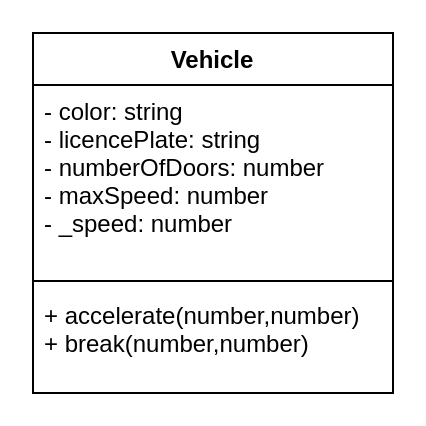
This is designs/Vehicle.drawio from Curtis-Edwards/ICS4U-Unit-2-05-Typescript, a draw.io file, before an edit. Source tidied: cells renumbered, new cells numbered last; positions are measured from the earlier drawing's top-left corner, leaving out a move shared by most shapes. Both pictures are drawn from the tidied source at 200%, with x=0, y=0 at pixel (32, 32).
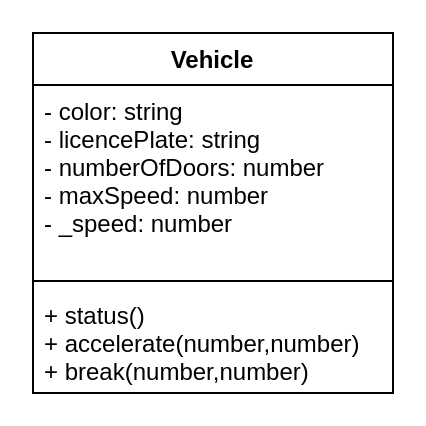
Above is the later version.

Change to the diagram source:
```diff
@@
 <mxGraphModel>
   <root>
     <mxCell id="0" />
     <mxCell id="1" parent="0" />
     <mxCell id="2" value="Vehicle" style="swimlane;fontStyle=1;align=center;verticalAlign=top;horizontal=1;startSize=26;" parent="1" vertex="1">
       <mxGeometry width="180" height="180" as="geometry" />
     </mxCell>
     <mxCell id="3" value="- color: string&#10;- licencePlate: string&#10;- numberOfDoors: number&#10;- maxSpeed: number&#10;- _speed: number" style="text;strokeColor=none;fillColor=none;align=left;verticalAlign=top;spacingLeft=4;spacingRight=4;overflow=hidden;" parent="2" vertex="1">
       <mxGeometry y="26" width="180" height="94" as="geometry" />
     </mxCell>
     <mxCell id="4" style="line;strokeWidth=1;fillColor=none;align=left;verticalAlign=middle;spacingTop=-1;spacingLeft=3;spacingRight=3;labelPosition=right;strokeColor=inherit;" parent="2" vertex="1">
       <mxGeometry y="120" width="180" height="8" as="geometry" />
     </mxCell>
-    <mxCell id="5" value="+ accelerate(number,number)&#10;+ break(number,number)" style="text;strokeColor=none;fillColor=none;align=left;verticalAlign=top;spacingLeft=4;spacingRight=4;overflow=hidden;" parent="2" vertex="1">
+    <mxCell id="5" value="+ status()&#10;+ accelerate(number,number)&#10;+ break(number,number)" style="text;strokeColor=none;fillColor=none;align=left;verticalAlign=top;spacingLeft=4;spacingRight=4;overflow=hidden;" parent="2" vertex="1">
       <mxGeometry y="128" width="180" height="52" as="geometry" />
     </mxCell>
   </root>
 </mxGraphModel>
```
